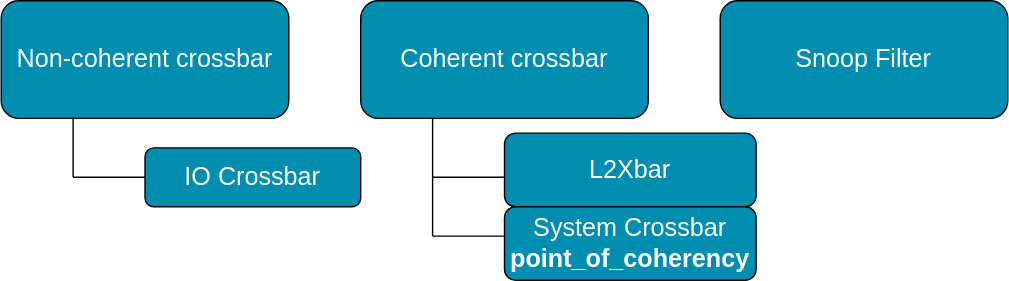
huydinhtran/gem5-2024-bootcamp keeps this draw.io diagram as slides/02-Using-gem5/05-cache-hierarchies-img/crossbar.drawio.svg. Above is the earlier version. Source tidied: cells renumbered, new cells last; positions are measured from the earlier drawing's top-left corner, leaving out a move shared by most shapes.
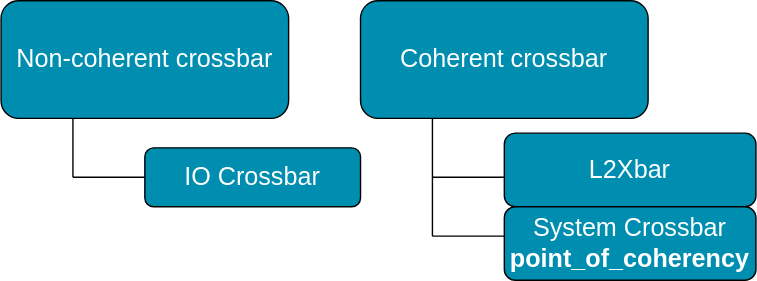
After the commit.

Change to the diagram source:
```diff
@@ -8,9 +8,6 @@
     <mxCell id="3" value="&lt;font style=&quot;font-size: 18px;&quot;&gt;Coherent crossbar&lt;/font&gt;" style="rounded=1;whiteSpace=wrap;html=1;fillColor=#008eb0;strokeColor=#000000;fontColor=#FFFFFF;" parent="1" vertex="1">
       <mxGeometry x="257.1" width="205.7" height="84.2" as="geometry" />
     </mxCell>
-    <mxCell id="4" value="&lt;font style=&quot;font-size: 18px;&quot;&gt;Snoop Filter&lt;/font&gt;" style="rounded=1;whiteSpace=wrap;html=1;fillColor=#008eb0;strokeColor=#000000;fontColor=#FFFFFF;" parent="1" vertex="1">
-      <mxGeometry x="514.3" width="205.7" height="84.2" as="geometry" />
-    </mxCell>
     <mxCell id="5" style="endArrow=none;html=1;fontSize=18;fontColor=#000000;" parent="1" edge="1">
       <mxGeometry relative="1" as="geometry">
         <mxPoint x="51.4" y="126.3" as="sourcePoint" />
```
